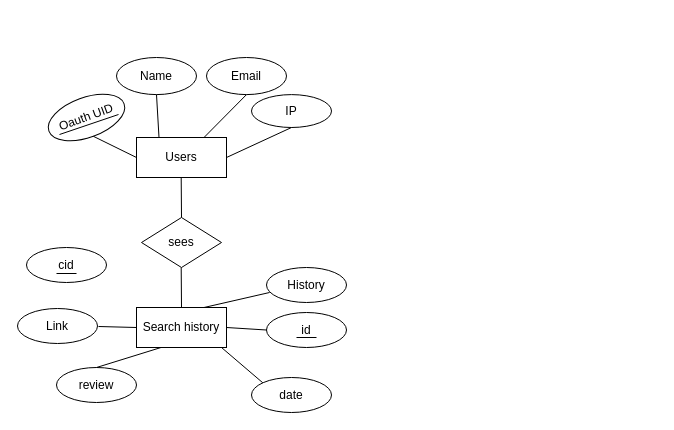
The draw.io diagram reeview-ER.drawio in aashu-kattel/Sys.-Analysis-Design, before the edit. Source tidied: cells renumbered, new cells numbered last; positions are measured from the earlier drawing's top-left corner, leaving out a move shared by most shapes. Both pictures are drawn from the tidied source at 100%, with x=0, y=0 at pixel (17, 57).
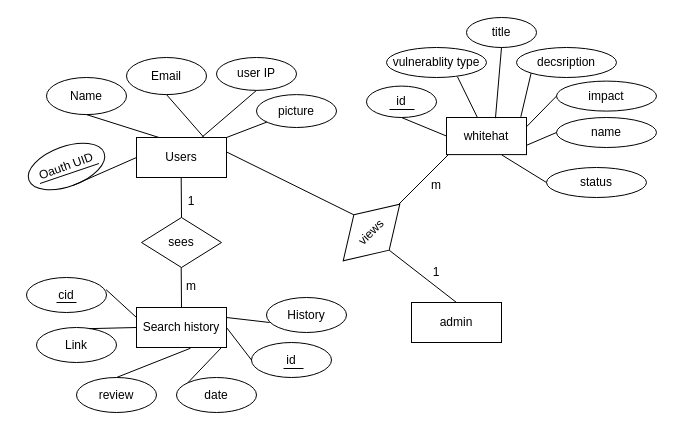
Above is the later version.

The change refers to these unchanged cells:
```xml
<mxCell id="2" value="Users" style="rounded=0;whiteSpace=wrap;html=1;fillColor=none;" parent="1" vertex="1">
  <mxGeometry x="119" y="80" width="90" height="40" as="geometry" />
</mxCell>
<mxCell id="14" value="Search history" style="rounded=0;whiteSpace=wrap;html=1;fillColor=none;" parent="1" vertex="1">
  <mxGeometry x="119" y="250" width="90" height="40" as="geometry" />
</mxCell>
```

Change to the diagram source:
```diff
@@
     <mxCell id="4" value="Oauth UID" style="ellipse;whiteSpace=wrap;html=1;fillColor=none;rotation=-20;" parent="1" vertex="1">
-      <mxGeometry x="29" y="40" width="80" height="40" as="geometry" />
+      <mxGeometry x="9" y="89" width="80" height="40" as="geometry" />
     </mxCell>
@@
     <mxCell id="6" value="Name" style="ellipse;whiteSpace=wrap;html=1;fillColor=none;rotation=0;" parent="1" vertex="1">
-      <mxGeometry x="99" width="80" height="37.1" as="geometry" />
+      <mxGeometry x="29" y="20" width="80" height="37.1" as="geometry" />
     </mxCell>
@@
     <mxCell id="8" value="Email" style="ellipse;whiteSpace=wrap;html=1;fillColor=none;rotation=0;" parent="1" vertex="1">
-      <mxGeometry x="189" width="80" height="37.1" as="geometry" />
+      <mxGeometry x="109" width="80" height="37.1" as="geometry" />
     </mxCell>
-    <mxCell id="9" style="endArrow=none;html=1;rounded=0;exitX=1;exitY=0.5;exitDx=0;exitDy=0;entryX=0.5;entryY=1;entryDx=0;entryDy=0;" parent="1" edge="1" source="2" target="10">
+    <mxCell id="9" style="endArrow=none;html=1;rounded=0;entryX=0.5;entryY=1;entryDx=0;entryDy=0;exitX=0.732;exitY=-0.017;exitDx=0;exitDy=0;exitPerimeter=0;" parent="1" edge="1" source="2" target="10">
       <mxGeometry relative="1" as="geometry" />
     </mxCell>
-    <mxCell id="10" value="IP" style="ellipse;whiteSpace=wrap;html=1;fillColor=none;rotation=0;" parent="1" vertex="1">
-      <mxGeometry x="234" y="37.1" width="80" height="32.9" as="geometry" />
+    <mxCell id="10" value="user IP" style="ellipse;whiteSpace=wrap;html=1;fillColor=none;rotation=0;" parent="1" vertex="1">
+      <mxGeometry x="199" width="80" height="32.9" as="geometry" />
     </mxCell>
@@
     <mxCell id="15" value="Link" style="ellipse;whiteSpace=wrap;html=1;fillColor=none;rotation=0;" parent="1" vertex="1">
-      <mxGeometry y="251" width="80" height="35" as="geometry" />
+      <mxGeometry x="19" y="270" width="80" height="35" as="geometry" />
     </mxCell>
-    <mxCell id="16" style="endArrow=none;html=1;rounded=0;exitX=0;exitY=0.5;exitDx=0;exitDy=0;entryX=0.5;entryY=1;entryDx=0;entryDy=0;" parent="1" edge="1" source="14">
-      <mxGeometry relative="1" as="geometry">
-        <mxPoint x="81" y="269" as="targetPoint" />
-      </mxGeometry>
+    <mxCell id="16" style="endArrow=none;html=1;rounded=0;exitX=0;exitY=0.5;exitDx=0;exitDy=0;entryX=0.661;entryY=0.033;entryDx=0;entryDy=0;entryPerimeter=0;" parent="1" edge="1" source="14" target="15">
+      <mxGeometry relative="1" as="geometry" />
     </mxCell>
     <mxCell id="17" value="History" style="ellipse;whiteSpace=wrap;html=1;fillColor=none;rotation=0;" parent="1" vertex="1">
-      <mxGeometry x="249" y="210" width="80" height="35" as="geometry" />
+      <mxGeometry x="249" y="240" width="80" height="35" as="geometry" />
     </mxCell>
-    <mxCell id="18" style="endArrow=none;html=1;rounded=0;entryX=0.039;entryY=0.714;entryDx=0;entryDy=0;exitX=0.75;exitY=0;exitDx=0;exitDy=0;entryPerimeter=0;" parent="1" edge="1" source="14" target="17">
+    <mxCell id="18" style="endArrow=none;html=1;rounded=0;entryX=0.039;entryY=0.714;entryDx=0;entryDy=0;exitX=1;exitY=0.25;exitDx=0;exitDy=0;entryPerimeter=0;" parent="1" edge="1" source="14" target="17">
       <mxGeometry relative="1" as="geometry" />
     </mxCell>
     <mxCell id="19" value="id" style="ellipse;whiteSpace=wrap;html=1;fillColor=none;rotation=0;" parent="1" vertex="1">
-      <mxGeometry x="249" y="255" width="80" height="35" as="geometry" />
+      <mxGeometry x="234" y="285" width="80" height="35" as="geometry" />
     </mxCell>
     <mxCell id="20" value="date" style="ellipse;whiteSpace=wrap;html=1;fillColor=none;rotation=0;" parent="1" vertex="1">
-      <mxGeometry x="234" y="320" width="80" height="35" as="geometry" />
+      <mxGeometry x="159" y="320" width="80" height="35" as="geometry" />
     </mxCell>
@@
     <mxCell id="23" value="review" style="ellipse;whiteSpace=wrap;html=1;fillColor=none;rotation=0;" parent="1" vertex="1">
-      <mxGeometry x="39" y="310" width="80" height="35" as="geometry" />
+      <mxGeometry x="59" y="320" width="80" height="35" as="geometry" />
     </mxCell>
-    <mxCell id="24" style="endArrow=none;html=1;rounded=0;exitX=0.5;exitY=0;exitDx=0;exitDy=0;" parent="1" edge="1" source="23">
-      <mxGeometry relative="1" as="geometry">
-        <mxPoint x="143.5" y="290" as="targetPoint" />
-      </mxGeometry>
+    <mxCell id="24" style="endArrow=none;html=1;rounded=0;exitX=0.5;exitY=0;exitDx=0;exitDy=0;entryX=0.6;entryY=1.018;entryDx=0;entryDy=0;entryPerimeter=0;" parent="1" edge="1" source="23" target="14">
+      <mxGeometry relative="1" as="geometry" />
     </mxCell>
     <mxCell id="25" style="endArrow=none;html=1;rounded=0;" parent="1" edge="1">
       <mxGeometry relative="1" as="geometry">
-        <mxPoint x="101" y="57" as="sourcePoint" />
-        <mxPoint x="42" y="77" as="targetPoint" />
+        <mxPoint x="81.5" y="106" as="sourcePoint" />
+        <mxPoint x="22.5" y="126" as="targetPoint" />
       </mxGeometry>
     </mxCell>
     <mxCell id="26" style="endArrow=none;html=1;rounded=0;" parent="1" edge="1">
       <mxGeometry relative="1" as="geometry">
-        <mxPoint x="299" y="280" as="sourcePoint" />
-        <mxPoint x="279" y="280" as="targetPoint" />
+        <mxPoint x="286" y="311" as="sourcePoint" />
+        <mxPoint x="266" y="311" as="targetPoint" />
       </mxGeometry>
     </mxCell>
     <mxCell id="27" value="cid" style="ellipse;whiteSpace=wrap;html=1;fillColor=none;rotation=0;" parent="1" vertex="1">
-      <mxGeometry x="9" y="190" width="80" height="35" as="geometry" />
+      <mxGeometry x="9" y="220" width="80" height="35" as="geometry" />
     </mxCell>
     <mxCell id="28" style="endArrow=none;html=1;rounded=0;" parent="1" edge="1">
       <mxGeometry relative="1" as="geometry">
-        <mxPoint x="59" y="216" as="sourcePoint" />
-        <mxPoint x="39" y="216" as="targetPoint" />
+        <mxPoint x="59" y="245" as="sourcePoint" />
+        <mxPoint x="39" y="245" as="targetPoint" />
       </mxGeometry>
     </mxCell>
+    <mxCell id="29" value="m&lt;div&gt;&lt;br&gt;&lt;/div&gt;" style="text;html=1;align=center;verticalAlign=middle;whiteSpace=wrap;rounded=0;" parent="1" vertex="1">
+      <mxGeometry x="144" y="221" width="60" height="30" as="geometry" />
+    </mxCell>
+    <mxCell id="30" style="endArrow=none;html=1;rounded=0;exitX=0.995;exitY=0.347;exitDx=0;exitDy=0;exitPerimeter=0;entryX=0;entryY=0.25;entryDx=0;entryDy=0;" parent="1" edge="1" source="27" target="14">
+      <mxGeometry relative="1" as="geometry" />
+    </mxCell>
+    <mxCell id="31" value="picture" style="ellipse;whiteSpace=wrap;html=1;fillColor=none;rotation=0;" parent="1" vertex="1">
+      <mxGeometry x="239" y="37.1" width="80" height="32.9" as="geometry" />
+    </mxCell>
+    <mxCell id="32" style="endArrow=none;html=1;rounded=0;exitX=1;exitY=0;exitDx=0;exitDy=0;" parent="1" edge="1" source="2" target="31">
+      <mxGeometry relative="1" as="geometry" />
+    </mxCell>
+    <mxCell id="33" value="1" style="text;html=1;align=center;verticalAlign=middle;whiteSpace=wrap;rounded=0;" parent="1" vertex="1">
+      <mxGeometry x="144" y="129" width="60" height="30" as="geometry" />
+    </mxCell>
+    <mxCell id="34" value="admin" style="rounded=0;whiteSpace=wrap;html=1;fillColor=none;" parent="1" vertex="1">
+      <mxGeometry x="394" y="245" width="90" height="40" as="geometry" />
+    </mxCell>
+    <mxCell id="35" value="views" style="rhombus;whiteSpace=wrap;html=1;fillColor=none;rotation=-45;" parent="1" vertex="1">
+      <mxGeometry x="314" y="150" width="80" height="50" as="geometry" />
+    </mxCell>
+    <mxCell id="36" style="endArrow=none;html=1;rounded=0;exitX=0.5;exitY=0;exitDx=0;exitDy=0;entryX=0.5;entryY=1;entryDx=0;entryDy=0;" parent="1" edge="1" source="34" target="35">
+      <mxGeometry relative="1" as="geometry" />
+    </mxCell>
+    <mxCell id="37" style="endArrow=none;html=1;rounded=0;exitX=1.005;exitY=0.366;exitDx=0;exitDy=0;entryX=0.5;entryY=0;entryDx=0;entryDy=0;exitPerimeter=0;" parent="1" edge="1" source="2" target="35">
+      <mxGeometry relative="1" as="geometry" />
+    </mxCell>
+    <mxCell id="38" style="endArrow=none;html=1;rounded=0;" parent="1" edge="1">
+      <mxGeometry relative="1" as="geometry">
+        <mxPoint x="381" y="147" as="sourcePoint" />
+        <mxPoint x="431" y="97" as="targetPoint" />
+      </mxGeometry>
+    </mxCell>
+    <mxCell id="39" value="whitehat" style="rounded=0;whiteSpace=wrap;html=1;fillColor=none;" parent="1" vertex="1">
+      <mxGeometry x="429" y="60" width="80" height="37.1" as="geometry" />
+    </mxCell>
+    <mxCell id="40" value="1" style="text;html=1;align=center;verticalAlign=middle;whiteSpace=wrap;rounded=0;" parent="1" vertex="1">
+      <mxGeometry x="389" y="200" width="60" height="30" as="geometry" />
+    </mxCell>
+    <mxCell id="41" value="m&lt;div&gt;&lt;br&gt;&lt;/div&gt;" style="text;html=1;align=center;verticalAlign=middle;whiteSpace=wrap;rounded=0;" parent="1" vertex="1">
+      <mxGeometry x="389" y="120" width="60" height="30" as="geometry" />
+    </mxCell>
+    <mxCell id="42" value="id" style="ellipse;whiteSpace=wrap;html=1;fillColor=none;rotation=0;" parent="1" vertex="1">
+      <mxGeometry x="349" y="28.6" width="70" height="31.4" as="geometry" />
+    </mxCell>
+    <mxCell id="43" value="vulnerablity type" style="ellipse;whiteSpace=wrap;html=1;fillColor=none;rotation=0;" parent="1" vertex="1">
+      <mxGeometry x="369" y="-10" width="100" height="30" as="geometry" />
+    </mxCell>
+    <mxCell id="44" value="title" style="ellipse;whiteSpace=wrap;html=1;fillColor=none;rotation=0;" parent="1" vertex="1">
+      <mxGeometry x="449" y="-40" width="70" height="30" as="geometry" />
+    </mxCell>
+    <mxCell id="45" value="decsription" style="ellipse;whiteSpace=wrap;html=1;fillColor=none;rotation=0;" parent="1" vertex="1">
+      <mxGeometry x="499" y="-10" width="100" height="30" as="geometry" />
+    </mxCell>
+    <mxCell id="46" value="impact" style="ellipse;whiteSpace=wrap;html=1;fillColor=none;rotation=0;" parent="1" vertex="1">
+      <mxGeometry x="539" y="23.6" width="100" height="30" as="geometry" />
+    </mxCell>
+    <mxCell id="47" value="name" style="ellipse;whiteSpace=wrap;html=1;fillColor=none;rotation=0;" parent="1" vertex="1">
+      <mxGeometry x="539" y="60" width="100" height="30" as="geometry" />
+    </mxCell>
+    <mxCell id="48" value="status" style="ellipse;whiteSpace=wrap;html=1;fillColor=none;rotation=0;" parent="1" vertex="1">
+      <mxGeometry x="529" y="110" width="100" height="30" as="geometry" />
+    </mxCell>
+    <mxCell id="49" style="endArrow=none;html=1;rounded=0;exitX=0.5;exitY=1;exitDx=0;exitDy=0;entryX=0;entryY=0.5;entryDx=0;entryDy=0;" parent="1" edge="1" source="42" target="39">
+      <mxGeometry relative="1" as="geometry" />
+    </mxCell>
+    <mxCell id="50" style="endArrow=none;html=1;rounded=0;exitX=0.71;exitY=0.978;exitDx=0;exitDy=0;exitPerimeter=0;" parent="1" edge="1" source="43" target="39">
+      <mxGeometry relative="1" as="geometry" />
+    </mxCell>
+    <mxCell id="51" style="endArrow=none;html=1;rounded=0;exitX=0.5;exitY=1;exitDx=0;exitDy=0;entryX=0.612;entryY=0.018;entryDx=0;entryDy=0;entryPerimeter=0;" parent="1" edge="1" source="44" target="39">
+      <mxGeometry relative="1" as="geometry" />
+    </mxCell>
+    <mxCell id="52" style="endArrow=none;html=1;rounded=0;exitX=0;exitY=1;exitDx=0;exitDy=0;entryX=0.929;entryY=-0.018;entryDx=0;entryDy=0;entryPerimeter=0;" parent="1" edge="1" source="45" target="39">
+      <mxGeometry relative="1" as="geometry" />
+    </mxCell>
+    <mxCell id="53" style="endArrow=none;html=1;rounded=0;exitX=0;exitY=0.5;exitDx=0;exitDy=0;entryX=1;entryY=0.25;entryDx=0;entryDy=0;" parent="1" edge="1" source="46" target="39">
+      <mxGeometry relative="1" as="geometry" />
+    </mxCell>
+    <mxCell id="54" style="endArrow=none;html=1;rounded=0;exitX=0;exitY=0.5;exitDx=0;exitDy=0;entryX=1;entryY=0.75;entryDx=0;entryDy=0;" parent="1" edge="1" source="47" target="39">
+      <mxGeometry relative="1" as="geometry" />
+    </mxCell>
+    <mxCell id="55" style="endArrow=none;html=1;rounded=0;exitX=0;exitY=0.5;exitDx=0;exitDy=0;entryX=0.692;entryY=1.011;entryDx=0;entryDy=0;entryPerimeter=0;" parent="1" edge="1" source="48" target="39">
+      <mxGeometry relative="1" as="geometry" />
+    </mxCell>
+    <mxCell id="56" style="endArrow=none;html=1;rounded=0;" parent="1" edge="1">
+      <mxGeometry relative="1" as="geometry">
+        <mxPoint x="397" y="52" as="sourcePoint" />
+        <mxPoint x="372" y="52" as="targetPoint" />
+      </mxGeometry>
+    </mxCell>
```
